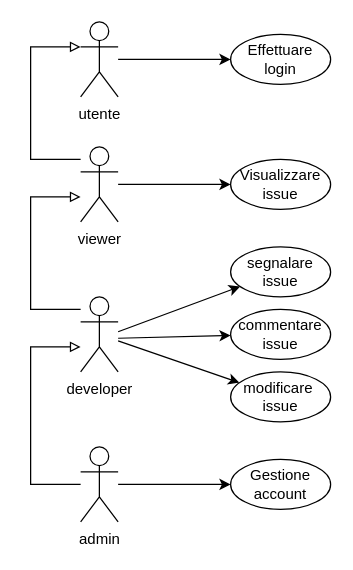
Earlier version of the draw.io diagram docs/diagrams/drawio/UseCase_Diagram.drawio (PierluigiFrascogna/BugBoard26). Source tidied: cells renumbered, new cells numbered last; positions are measured from the earlier drawing's top-left corner, leaving out a move shared by most shapes. Both pictures are drawn from the tidied source at 125%, with x=0, y=0 at pixel (30, 21).
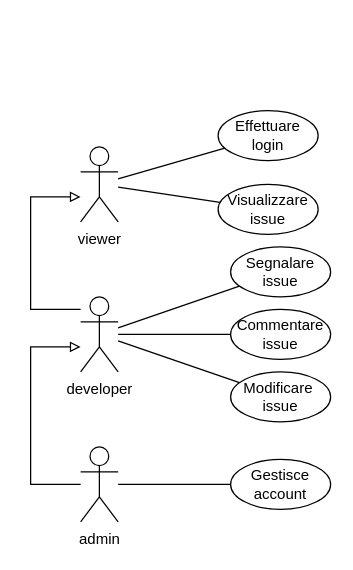
The same page after the edit.

Commit message (it also covers changes not shown here):
modificato Use Case diagram

The change refers to these unchanged cells:
```xml
<mxCell id="6" value="admin" style="shape=umlActor;verticalLabelPosition=bottom;verticalAlign=top;html=1;outlineConnect=0;" parent="1" vertex="1">
  <mxGeometry x="40" y="340" width="30" height="60" as="geometry" />
</mxCell>
<mxCell id="10" value="viewer" style="shape=umlActor;verticalLabelPosition=bottom;verticalAlign=top;html=1;outlineConnect=0;" parent="1" vertex="1">
  <mxGeometry x="40" y="100" width="30" height="60" as="geometry" />
</mxCell>
<mxCell id="13" value="developer" style="shape=umlActor;verticalLabelPosition=bottom;verticalAlign=top;html=1;outlineConnect=0;" parent="1" vertex="1">
  <mxGeometry x="40" y="220" width="30" height="60" as="geometry" />
</mxCell>
```

The edit, as a diff of the source:
```diff
@@
-    <mxCell id="2" style="rounded=0;jettySize=auto;html=1;" parent="1" edge="1" target="14">
-      <mxGeometry relative="1" as="geometry">
-        <mxPoint x="70" y="247.9" as="sourcePoint" />
-      </mxGeometry>
+    <mxCell id="2" style="rounded=0;jettySize=auto;html=1;endArrow=none;startFill=0;" parent="1" edge="1" source="13" target="14">
+      <mxGeometry relative="1" as="geometry" />
     </mxCell>
-    <mxCell id="3" style="rounded=0;jettySize=auto;html=1;" parent="1" edge="1" target="17">
-      <mxGeometry relative="1" as="geometry">
-        <mxPoint x="70" y="253.1" as="sourcePoint" />
-      </mxGeometry>
+    <mxCell id="3" style="rounded=0;jettySize=auto;html=1;endArrow=none;startFill=0;" parent="1" edge="1" source="13" target="17">
+      <mxGeometry relative="1" as="geometry" />
     </mxCell>
@@
-    <mxCell id="5" style="rounded=0;jettySize=auto;html=1;" parent="1" edge="1" source="6" target="19">
+    <mxCell id="5" style="rounded=0;jettySize=auto;html=1;endArrow=none;startFill=0;" parent="1" edge="1" source="6" target="19">
       <mxGeometry relative="1" as="geometry" />
     </mxCell>
@@
-    <mxCell id="7" style="rounded=0;jettySize=auto;html=1;" parent="1" edge="1" source="18" target="15">
-      <mxGeometry relative="1" as="geometry" />
-    </mxCell>
-    <mxCell id="8" style="rounded=0;jettySize=auto;html=1;" parent="1" edge="1" source="10" target="16">
+    <mxCell id="8" style="rounded=0;jettySize=auto;html=1;endArrow=none;startFill=0;" parent="1" edge="1" source="10" target="16">
       <mxGeometry relative="1" as="geometry" />
     </mxCell>
-    <mxCell id="9" style="edgeStyle=orthogonalEdgeStyle;rounded=0;jettySize=auto;html=1;endArrow=block;endFill=0;" parent="1" edge="1" source="10" target="18">
-      <mxGeometry relative="1" as="geometry">
-        <Array as="points">
-          <mxPoint y="110" />
-          <mxPoint y="20" />
-        </Array>
-      </mxGeometry>
-    </mxCell>
+    <mxCell id="21" style="rounded=0;jettySize=auto;html=1;endArrow=none;startFill=0;" parent="1" edge="1" source="10" target="15">
+      <mxGeometry relative="1" as="geometry" />
+    </mxCell>
@@
-    <mxCell id="12" style="rounded=0;jettySize=auto;html=1;" parent="1" edge="1" source="13" target="20">
+    <mxCell id="12" style="rounded=0;jettySize=auto;html=1;endArrow=none;startFill=0;" parent="1" edge="1" source="13" target="20">
       <mxGeometry relative="1" as="geometry" />
     </mxCell>
@@
-    <mxCell id="14" value="segnalare issue" style="ellipse;whiteSpace=wrap;html=1;" parent="1" vertex="1">
+    <mxCell id="14" value="Segnalare issue" style="ellipse;whiteSpace=wrap;html=1;" parent="1" vertex="1">
       <mxGeometry x="160" y="180" width="80" height="40" as="geometry" />
     </mxCell>
     <mxCell id="15" value="Effettuare login" style="ellipse;whiteSpace=wrap;html=1;" parent="1" vertex="1">
-      <mxGeometry x="160" y="10" width="80" height="40" as="geometry" />
+      <mxGeometry x="150" y="71" width="80" height="40" as="geometry" />
     </mxCell>
     <mxCell id="16" value="Visualizzare issue" style="ellipse;whiteSpace=wrap;html=1;" parent="1" vertex="1">
-      <mxGeometry x="160" y="110" width="80" height="40" as="geometry" />
+      <mxGeometry x="150" y="130" width="80" height="40" as="geometry" />
     </mxCell>
-    <mxCell id="17" value="commentare issue" style="ellipse;whiteSpace=wrap;html=1;" parent="1" vertex="1">
+    <mxCell id="17" value="Commentare issue" style="ellipse;whiteSpace=wrap;html=1;" parent="1" vertex="1">
       <mxGeometry x="160" y="230" width="80" height="40" as="geometry" />
     </mxCell>
-    <mxCell id="18" value="utente" style="shape=umlActor;verticalLabelPosition=bottom;verticalAlign=top;html=1;outlineConnect=0;" parent="1" vertex="1">
-      <mxGeometry x="40" width="30" height="60" as="geometry" />
-    </mxCell>
-    <mxCell id="19" value="Gestione account" style="ellipse;whiteSpace=wrap;html=1;" parent="1" vertex="1">
+    <mxCell id="19" value="Gestisce account" style="ellipse;whiteSpace=wrap;html=1;" parent="1" vertex="1">
       <mxGeometry x="160" y="350" width="80" height="40" as="geometry" />
     </mxCell>
-    <mxCell id="20" value="modificare&amp;nbsp;&lt;div&gt;&lt;span style=&quot;background-color: transparent; color: light-dark(rgb(0, 0, 0), rgb(255, 255, 255));&quot;&gt;issue&lt;/span&gt;&lt;/div&gt;" style="ellipse;whiteSpace=wrap;html=1;" parent="1" vertex="1">
+    <mxCell id="20" value="Modificare&amp;nbsp;&lt;div&gt;&lt;span style=&quot;background-color: transparent; color: light-dark(rgb(0, 0, 0), rgb(255, 255, 255));&quot;&gt;issue&lt;/span&gt;&lt;/div&gt;" style="ellipse;whiteSpace=wrap;html=1;" parent="1" vertex="1">
       <mxGeometry x="160" y="280" width="80" height="40" as="geometry" />
     </mxCell>
```
